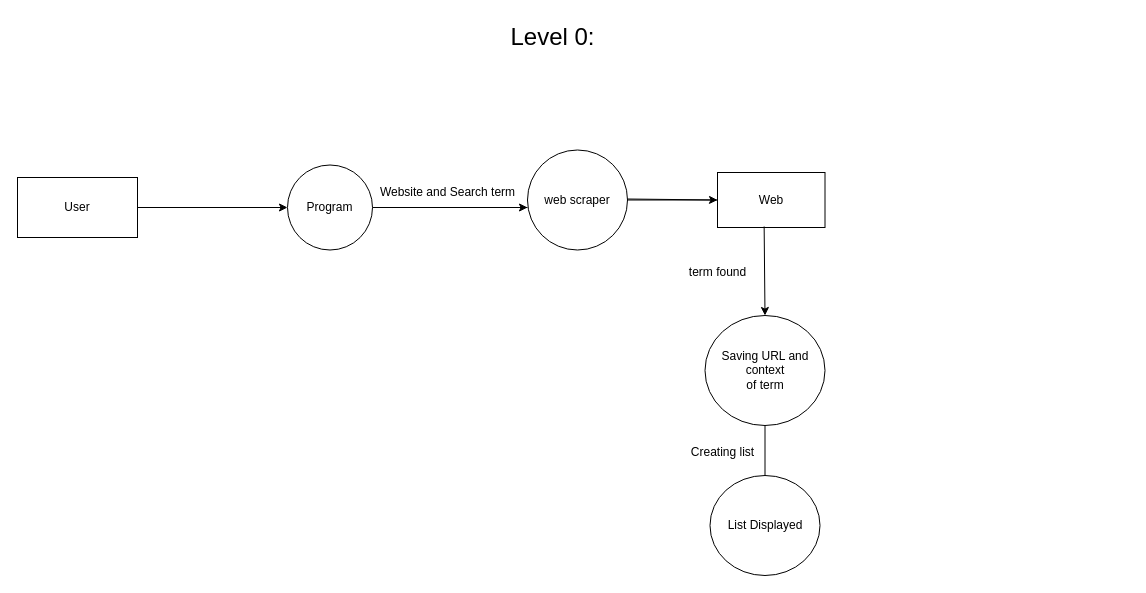
Above: Untitled Diagram.drawio in Bhavsszn/CYBR-404 (draw.io), before the change. Source tidied: cells renumbered, new cells numbered last; positions are measured from the earlier drawing's top-left corner, leaving out a move shared by most shapes. Both pictures are drawn from the tidied source at 100%, with x=0, y=0 at pixel (17, 17).
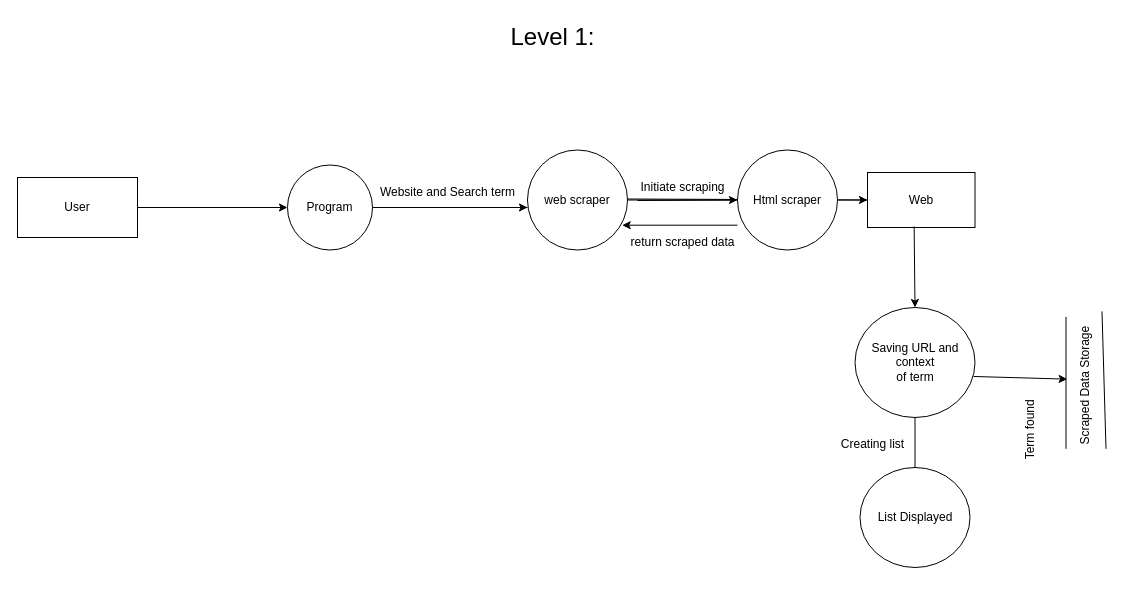
The same page after the edit.

Unchanged cells that the change refers to:
```xml
<mxCell id="6" value="web scraper" style="ellipse;whiteSpace=wrap;html=1;" parent="1" vertex="1">
  <mxGeometry x="510" y="132.5" width="100" height="100" as="geometry" />
</mxCell>
<mxCell id="15" value="Saving URL and context&lt;br style=&quot;border-color: var(--border-color);&quot;&gt;&lt;span style=&quot;&quot;&gt;of term&lt;/span&gt;" style="ellipse;whiteSpace=wrap;html=1;" parent="14" vertex="1">
  <mxGeometry x="40" y="10" width="120" height="110" as="geometry" />
</mxCell>
```

The edit, as a diff of the source:
```diff
@@
     <mxCell id="7" value="Web" style="rounded=0;whiteSpace=wrap;html=1;" parent="1" vertex="1">
-      <mxGeometry x="700" y="155" width="107.5" height="55" as="geometry" />
+      <mxGeometry x="850" y="155" width="107.5" height="55" as="geometry" />
     </mxCell>
@@
-    <mxCell id="9" value="&lt;font style=&quot;font-size: 24px;&quot;&gt;Level 0:&lt;/font&gt;" style="text;html=1;align=center;verticalAlign=middle;strokeColor=none;fillColor=none;rotation=0;" parent="1" vertex="1">
+    <mxCell id="9" value="&lt;font style=&quot;font-size: 24px;&quot;&gt;Level 1:&lt;/font&gt;" style="text;html=1;align=center;verticalAlign=middle;strokeColor=none;fillColor=none;rotation=0;" parent="1" vertex="1">
       <mxGeometry x="480" width="110" height="40" as="geometry" />
     </mxCell>
-    <mxCell id="10" value="term found" style="text;html=1;align=center;verticalAlign=middle;strokeColor=none;fillColor=none;" parent="1" vertex="1">
-      <mxGeometry x="660" y="240" width="80" height="30" as="geometry" />
+    <mxCell id="10" value="Initiate scraping" style="text;html=1;align=center;verticalAlign=middle;strokeColor=none;fillColor=none;" parent="1" vertex="1">
+      <mxGeometry x="610" y="155" width="110" height="30" as="geometry" />
     </mxCell>
@@
     <mxCell id="14" style="group;" parent="1" vertex="1">
-      <mxGeometry x="647.5" y="288" width="160" height="270" as="geometry" />
+      <mxGeometry x="797.5" y="280" width="160" height="270" as="geometry" />
     </mxCell>
@@
+    <mxCell id="20" value="Html scraper" style="ellipse;whiteSpace=wrap;html=1;" parent="1" vertex="1">
+      <mxGeometry x="720" y="132.5" width="100" height="100" as="geometry" />
+    </mxCell>
+    <mxCell id="21" style="edgeStyle=none;jettySize=auto;html=1;rounded=0;entryX=0;entryY=0.5;entryDx=0;entryDy=0;" parent="1" edge="1" target="20">
+      <mxGeometry relative="1" as="geometry">
+        <mxPoint x="620" y="183" as="sourcePoint" />
+      </mxGeometry>
+    </mxCell>
+    <mxCell id="22" style="edgeStyle=none;jettySize=auto;html=1;rounded=0;entryX=0.947;entryY=0.752;entryDx=0;entryDy=0;entryPerimeter=0;exitX=0;exitY=0.752;exitDx=0;exitDy=0;exitPerimeter=0;" parent="1" edge="1" source="20" target="6">
+      <mxGeometry relative="1" as="geometry" />
+    </mxCell>
+    <mxCell id="23" value="return scraped data" style="text;html=1;align=center;verticalAlign=middle;strokeColor=none;fillColor=none;" parent="1" vertex="1">
+      <mxGeometry x="600" y="210" width="130" height="30" as="geometry" />
+    </mxCell>
+    <mxCell id="24" style="group;rotation=90;" parent="1" vertex="1">
+      <mxGeometry x="957.5" y="315.3" width="181" height="126.7" as="geometry" />
+    </mxCell>
+    <mxCell id="25" style="group;" parent="24" vertex="1">
+      <mxGeometry x="41" y="-20" width="88.8" height="158" as="geometry" />
+    </mxCell>
+    <mxCell id="26" style="group;rotation=-90;" parent="25" vertex="1">
+      <mxGeometry y="51.2" width="140" height="37.7" as="geometry" />
+    </mxCell>
+    <mxCell id="27" style="endArrow=none;html=1;rounded=0;" parent="26" edge="1">
+      <mxGeometry relative="1" as="geometry">
+        <mxPoint x="50" y="84.8" as="sourcePoint" />
+        <mxPoint x="50" y="-47.1" as="targetPoint" />
+      </mxGeometry>
+    </mxCell>
+    <mxCell id="28" style="endArrow=none;html=1;rounded=0;entryX=1.038;entryY=1.033;entryDx=0;entryDy=0;entryPerimeter=0;" parent="26" edge="1" target="29">
+      <mxGeometry relative="1" as="geometry">
+        <mxPoint x="90" y="84.8" as="sourcePoint" />
+      </mxGeometry>
+    </mxCell>
+    <mxCell id="29" value="Scraped Data Storage" style="text;html=1;align=center;verticalAlign=middle;points=[];strokeColor=none;fillColor=none;rotation=-90;" parent="26" vertex="1">
+      <mxGeometry y="7.7" width="140" height="30" as="geometry" />
+    </mxCell>
+    <mxCell id="30" value="Term found" style="text;html=1;align=center;verticalAlign=middle;strokeColor=none;fillColor=none;rotation=-90;" parent="25" vertex="1">
+      <mxGeometry x="-25" y="103" width="80" height="30" as="geometry" />
+    </mxCell>
+    <mxCell id="31" style="endArrow=classic;html=1;rounded=0;entryX=0.554;entryY=-0.127;entryDx=0;entryDy=0;entryPerimeter=0;exitX=0.988;exitY=0.627;exitDx=0;exitDy=0;exitPerimeter=0;" parent="1" edge="1" source="15" target="29">
+      <mxGeometry relative="1" as="geometry" />
+    </mxCell>
```
